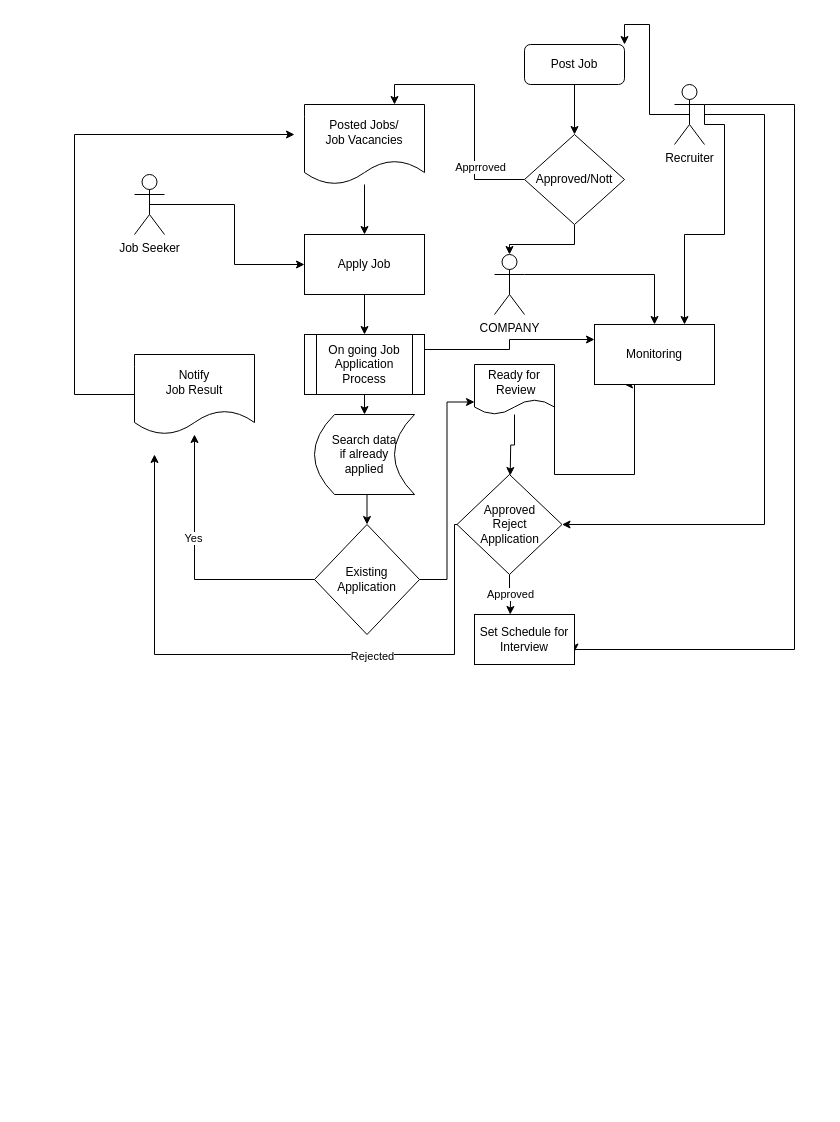
The draw.io diagram Untitled Diagram.drawio in johnjumaritz/Conceptual_Framework-JFS, before the edit. Source tidied: cells renumbered, new cells numbered last; positions are measured from the earlier drawing's top-left corner, leaving out a move shared by most shapes. Both pictures are drawn from the tidied source at 100%, with x=0, y=0 at pixel (74, 44).
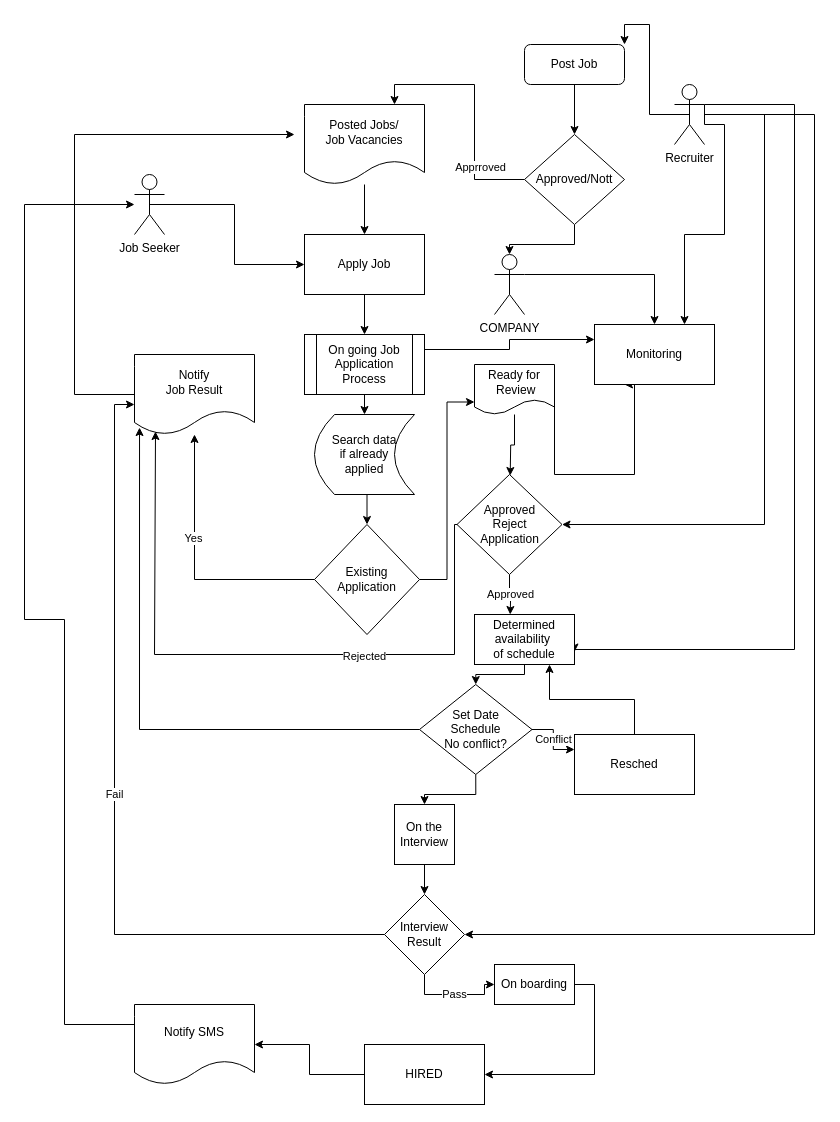
The same page after the edit.

The change refers to these unchanged cells:
```xml
<mxCell id="7" value="Job Seeker" style="shape=umlActor;verticalLabelPosition=bottom;verticalAlign=top;html=1;outlineConnect=0;" parent="1" vertex="1">
  <mxGeometry x="60" y="130" width="30" height="60" as="geometry" />
</mxCell>
<mxCell id="14" value="Recruiter" style="shape=umlActor;verticalLabelPosition=bottom;verticalAlign=top;html=1;outlineConnect=0;" parent="1" vertex="1">
  <mxGeometry x="600" y="40" width="30" height="60" as="geometry" />
</mxCell>
<mxCell id="31" value="Notify&lt;br&gt;Job Result" style="shape=document;whiteSpace=wrap;html=1;boundedLbl=1;" parent="1" vertex="1">
  <mxGeometry x="60" y="310" width="120" height="80" as="geometry" />
</mxCell>
<mxCell id="38" value="Approved&lt;br&gt;Reject&lt;br&gt;Application" style="rhombus;whiteSpace=wrap;html=1;" parent="1" vertex="1">
  <mxGeometry x="382.5" y="430" width="105" height="100" as="geometry" />
</mxCell>
```

Change to the diagram source:
```diff
@@
+    <mxCell id="41" style="edgeStyle=orthogonalEdgeStyle;rounded=0;jettySize=auto;html=1;entryX=1;entryY=0.5;entryDx=0;entryDy=0;" parent="1" edge="1" source="14" target="53">
+      <mxGeometry relative="1" as="geometry">
+        <Array as="points">
+          <mxPoint x="740" y="70" />
+          <mxPoint x="740" y="890" />
+        </Array>
+      </mxGeometry>
+    </mxCell>
@@
-    <mxCell id="36" style="edgeStyle=orthogonalEdgeStyle;rounded=0;jettySize=auto;html=1;" parent="1" edge="1" source="38">
+    <mxCell id="36" style="edgeStyle=orthogonalEdgeStyle;rounded=0;jettySize=auto;html=1;entryX=0.175;entryY=0.963;entryDx=0;entryDy=0;entryPerimeter=0;" parent="1" edge="1" source="38" target="31">
       <mxGeometry relative="1" as="geometry">
-        <mxPoint x="80" y="410" as="targetPoint" />
         <Array as="points">
           <mxPoint x="380" y="480" />
           <mxPoint x="380" y="610" />
           <mxPoint x="80" y="610" />
+          <mxPoint x="80" y="387" />
         </Array>
       </mxGeometry>
     </mxCell>
@@
+    <mxCell id="42" style="edgeStyle=orthogonalEdgeStyle;rounded=0;jettySize=auto;html=1;entryX=0.5;entryY=0;entryDx=0;entryDy=0;" parent="1" edge="1" source="40" target="46">
+      <mxGeometry relative="1" as="geometry">
+        <Array as="points">
+          <mxPoint x="450" y="630" />
+          <mxPoint x="401" y="630" />
+        </Array>
+      </mxGeometry>
+    </mxCell>
-    <mxCell id="40" value="Set Schedule for Interview" style="rounded=0;whiteSpace=wrap;html=1;" parent="1" vertex="1">
+    <mxCell id="40" value="Determined availability&amp;nbsp;&lt;br&gt;of schedule" style="rounded=0;whiteSpace=wrap;html=1;" parent="1" vertex="1">
       <mxGeometry x="400" y="570" width="100" height="50" as="geometry" />
     </mxCell>
+    <mxCell id="43" style="edgeStyle=orthogonalEdgeStyle;rounded=0;jettySize=auto;html=1;exitX=0;exitY=0.5;exitDx=0;exitDy=0;entryX=0.042;entryY=0.913;entryDx=0;entryDy=0;entryPerimeter=0;" parent="1" edge="1" source="46" target="31">
+      <mxGeometry relative="1" as="geometry" />
+    </mxCell>
+    <mxCell id="44" style="edgeStyle=orthogonalEdgeStyle;rounded=0;jettySize=auto;html=1;exitX=0.5;exitY=1;exitDx=0;exitDy=0;entryX=0.5;entryY=0;entryDx=0;entryDy=0;" parent="1" edge="1" source="46" target="48">
+      <mxGeometry relative="1" as="geometry" />
+    </mxCell>
+    <mxCell id="45" value="Conflict" style="edgeStyle=orthogonalEdgeStyle;rounded=0;jettySize=auto;html=1;entryX=0;entryY=0.25;entryDx=0;entryDy=0;" parent="1" edge="1" source="46" target="50">
+      <mxGeometry relative="1" as="geometry" />
+    </mxCell>
+    <mxCell id="46" value="Set Date&lt;br&gt;Schedule&lt;br&gt;No conflict?" style="rhombus;whiteSpace=wrap;html=1;" parent="1" vertex="1">
+      <mxGeometry x="345" y="640" width="112.5" height="90" as="geometry" />
+    </mxCell>
+    <mxCell id="47" style="edgeStyle=orthogonalEdgeStyle;rounded=0;jettySize=auto;html=1;" parent="1" edge="1" source="48" target="53">
+      <mxGeometry relative="1" as="geometry" />
+    </mxCell>
+    <mxCell id="48" value="On the Interview&lt;br&gt;" style="whiteSpace=wrap;html=1;" parent="1" vertex="1">
+      <mxGeometry x="320" y="760" width="60" height="60" as="geometry" />
+    </mxCell>
+    <mxCell id="49" style="edgeStyle=orthogonalEdgeStyle;rounded=0;jettySize=auto;html=1;entryX=0.75;entryY=1;entryDx=0;entryDy=0;" parent="1" edge="1" source="50" target="40">
+      <mxGeometry relative="1" as="geometry" />
+    </mxCell>
+    <mxCell id="50" value="Resched" style="rounded=0;whiteSpace=wrap;html=1;" parent="1" vertex="1">
+      <mxGeometry x="500" y="690" width="120" height="60" as="geometry" />
+    </mxCell>
+    <mxCell id="51" value="Fail" style="edgeStyle=orthogonalEdgeStyle;rounded=0;jettySize=auto;html=1;entryX=0;entryY=0.625;entryDx=0;entryDy=0;entryPerimeter=0;" parent="1" edge="1" source="53" target="31">
+      <mxGeometry relative="1" as="geometry" />
+    </mxCell>
+    <mxCell id="52" value="Pass" style="edgeStyle=orthogonalEdgeStyle;rounded=0;jettySize=auto;html=1;exitX=0.5;exitY=1;exitDx=0;exitDy=0;" parent="1" edge="1" source="53" target="55">
+      <mxGeometry relative="1" as="geometry" />
+    </mxCell>
+    <mxCell id="53" value="Interview Result" style="rhombus;whiteSpace=wrap;html=1;" parent="1" vertex="1">
+      <mxGeometry x="310" y="850" width="80" height="80" as="geometry" />
+    </mxCell>
+    <mxCell id="54" style="edgeStyle=orthogonalEdgeStyle;rounded=0;jettySize=auto;html=1;exitX=1;exitY=0.5;exitDx=0;exitDy=0;entryX=1;entryY=0.5;entryDx=0;entryDy=0;" parent="1" edge="1" source="55" target="59">
+      <mxGeometry relative="1" as="geometry" />
+    </mxCell>
+    <mxCell id="55" value="On boarding" style="rounded=0;whiteSpace=wrap;html=1;" parent="1" vertex="1">
+      <mxGeometry x="420" y="920" width="80" height="40" as="geometry" />
+    </mxCell>
+    <mxCell id="56" style="edgeStyle=orthogonalEdgeStyle;rounded=0;jettySize=auto;html=1;exitX=0;exitY=0.25;exitDx=0;exitDy=0;" parent="1" edge="1" source="57" target="7">
+      <mxGeometry relative="1" as="geometry">
+        <Array as="points">
+          <mxPoint x="-10" y="980" />
+          <mxPoint x="-10" y="575" />
+          <mxPoint x="-50" y="575" />
+          <mxPoint x="-50" y="160" />
+        </Array>
+      </mxGeometry>
+    </mxCell>
+    <mxCell id="57" value="Notify SMS" style="shape=document;whiteSpace=wrap;html=1;boundedLbl=1;" parent="1" vertex="1">
+      <mxGeometry x="60" y="960" width="120" height="80" as="geometry" />
+    </mxCell>
+    <mxCell id="58" style="edgeStyle=orthogonalEdgeStyle;rounded=0;jettySize=auto;html=1;entryX=1;entryY=0.5;entryDx=0;entryDy=0;" parent="1" edge="1" source="59" target="57">
+      <mxGeometry relative="1" as="geometry" />
+    </mxCell>
+    <mxCell id="59" value="HIRED" style="rounded=0;whiteSpace=wrap;html=1;" parent="1" vertex="1">
+      <mxGeometry x="290" y="1000" width="120" height="60" as="geometry" />
+    </mxCell>
```
